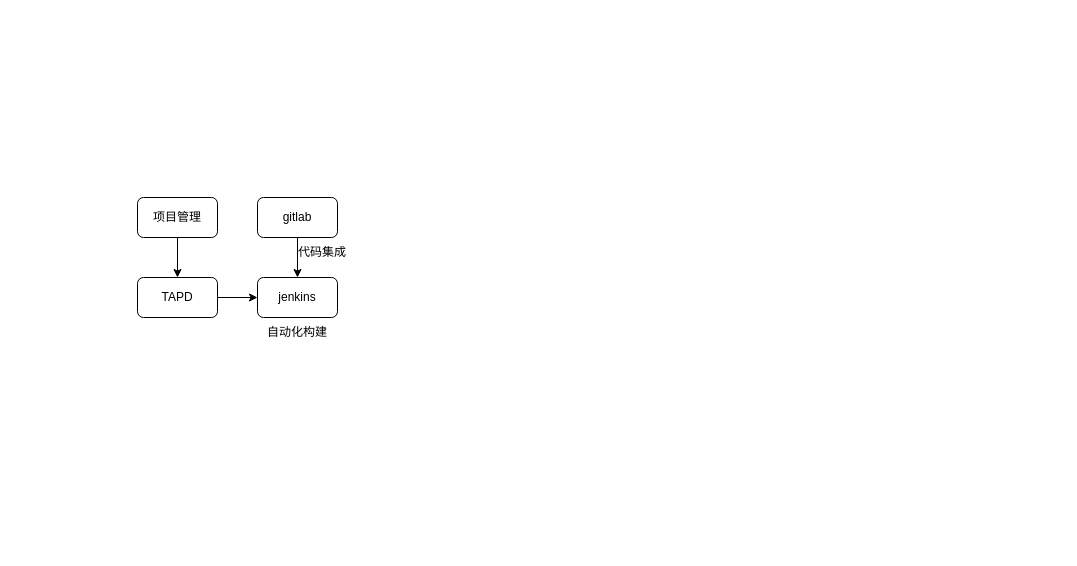
This is tapdjenkins.drawio from Henryblankwu/untitled7, a draw.io file, before an edit. Source tidied: cells renumbered, new cells numbered last; positions are measured from the earlier drawing's top-left corner, leaving out a move shared by most shapes. Both pictures are drawn from the tidied source at 100%, with x=0, y=0 at pixel (137, 197).
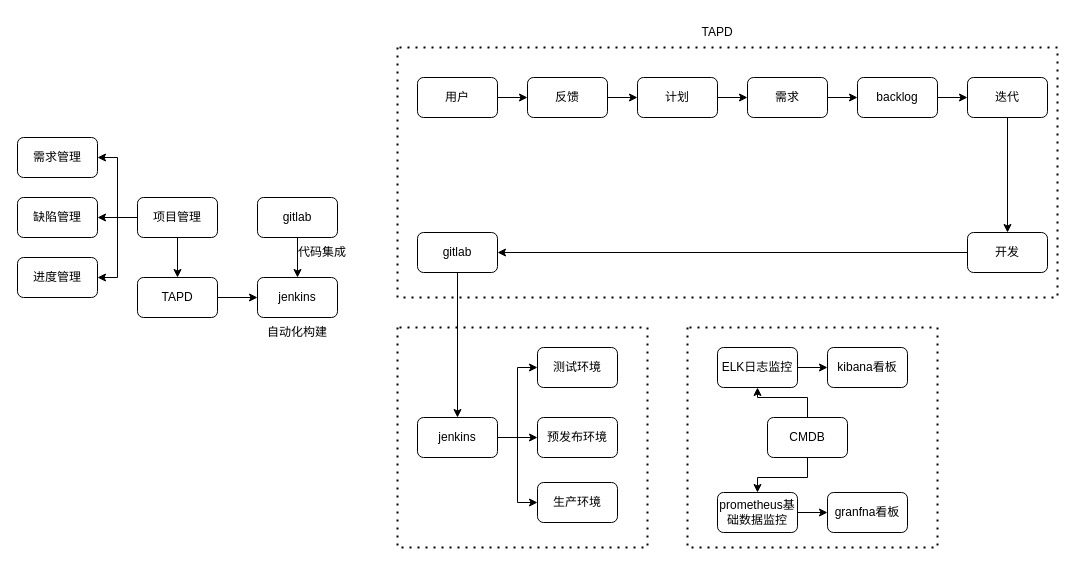
The same page after the edit.

Unchanged cells that the change refers to:
```xml
<mxCell id="5" value="项目管理" style="rounded=1;whiteSpace=wrap;html=1;" parent="1" vertex="1">
  <mxGeometry width="80" height="40" as="geometry" />
</mxCell>
```

Diff of the diagram source:
```diff
@@
+    <mxCell id="11" style="edgeStyle=orthogonalEdgeStyle;rounded=0;jettySize=auto;html=1;exitX=0;exitY=0.5;exitDx=0;exitDy=0;entryX=1;entryY=0.5;entryDx=0;entryDy=0;" parent="1" edge="1" source="5" target="14">
+      <mxGeometry relative="1" as="geometry" />
+    </mxCell>
+    <mxCell id="12" style="edgeStyle=orthogonalEdgeStyle;rounded=0;jettySize=auto;html=1;exitX=0;exitY=0.5;exitDx=0;exitDy=0;" parent="1" edge="1" source="5" target="15">
+      <mxGeometry relative="1" as="geometry" />
+    </mxCell>
+    <mxCell id="13" style="edgeStyle=orthogonalEdgeStyle;rounded=0;jettySize=auto;html=1;exitX=0;exitY=0.5;exitDx=0;exitDy=0;entryX=1;entryY=0.5;entryDx=0;entryDy=0;" parent="1" edge="1" source="5" target="16">
+      <mxGeometry relative="1" as="geometry" />
+    </mxCell>
@@
+    <mxCell id="14" value="需求管理" style="rounded=1;whiteSpace=wrap;html=1;" parent="1" vertex="1">
+      <mxGeometry x="-120" y="-60" width="80" height="40" as="geometry" />
+    </mxCell>
+    <mxCell id="15" value="缺陷管理" style="rounded=1;whiteSpace=wrap;html=1;" parent="1" vertex="1">
+      <mxGeometry x="-120" width="80" height="40" as="geometry" />
+    </mxCell>
+    <mxCell id="16" value="进度管理" style="rounded=1;whiteSpace=wrap;html=1;" parent="1" vertex="1">
+      <mxGeometry x="-120" y="60" width="80" height="40" as="geometry" />
+    </mxCell>
+    <mxCell id="17" style="edgeStyle=orthogonalEdgeStyle;rounded=0;jettySize=auto;html=1;exitX=1;exitY=0.5;exitDx=0;exitDy=0;" parent="1" edge="1" source="18" target="20">
+      <mxGeometry relative="1" as="geometry" />
+    </mxCell>
+    <mxCell id="18" value="用户" style="rounded=1;whiteSpace=wrap;html=1;" parent="1" vertex="1">
+      <mxGeometry x="280" y="-120" width="80" height="40" as="geometry" />
+    </mxCell>
+    <mxCell id="19" style="edgeStyle=orthogonalEdgeStyle;rounded=0;jettySize=auto;html=1;exitX=1;exitY=0.5;exitDx=0;exitDy=0;entryX=0;entryY=0.5;entryDx=0;entryDy=0;" parent="1" edge="1" source="20" target="22">
+      <mxGeometry relative="1" as="geometry" />
+    </mxCell>
+    <mxCell id="20" value="反馈" style="rounded=1;whiteSpace=wrap;html=1;" parent="1" vertex="1">
+      <mxGeometry x="390" y="-120" width="80" height="40" as="geometry" />
+    </mxCell>
+    <mxCell id="21" style="edgeStyle=orthogonalEdgeStyle;rounded=0;jettySize=auto;html=1;exitX=1;exitY=0.5;exitDx=0;exitDy=0;entryX=0;entryY=0.5;entryDx=0;entryDy=0;" parent="1" edge="1" source="22" target="24">
+      <mxGeometry relative="1" as="geometry" />
+    </mxCell>
+    <mxCell id="22" value="计划" style="rounded=1;whiteSpace=wrap;html=1;" parent="1" vertex="1">
+      <mxGeometry x="500" y="-120" width="80" height="40" as="geometry" />
+    </mxCell>
+    <mxCell id="23" style="edgeStyle=orthogonalEdgeStyle;rounded=0;jettySize=auto;html=1;exitX=1;exitY=0.5;exitDx=0;exitDy=0;entryX=0;entryY=0.5;entryDx=0;entryDy=0;" parent="1" edge="1" source="24" target="26">
+      <mxGeometry relative="1" as="geometry" />
+    </mxCell>
+    <mxCell id="24" value="需求" style="rounded=1;whiteSpace=wrap;html=1;" parent="1" vertex="1">
+      <mxGeometry x="610" y="-120" width="80" height="40" as="geometry" />
+    </mxCell>
+    <mxCell id="25" style="edgeStyle=orthogonalEdgeStyle;rounded=0;jettySize=auto;html=1;exitX=1;exitY=0.5;exitDx=0;exitDy=0;entryX=0;entryY=0.5;entryDx=0;entryDy=0;" parent="1" edge="1" source="26" target="28">
+      <mxGeometry relative="1" as="geometry" />
+    </mxCell>
+    <mxCell id="26" value="backlog" style="rounded=1;whiteSpace=wrap;html=1;" parent="1" vertex="1">
+      <mxGeometry x="720" y="-120" width="80" height="40" as="geometry" />
+    </mxCell>
+    <mxCell id="27" style="edgeStyle=orthogonalEdgeStyle;rounded=0;jettySize=auto;html=1;exitX=0.5;exitY=1;exitDx=0;exitDy=0;entryX=0.5;entryY=0;entryDx=0;entryDy=0;" parent="1" edge="1" source="28" target="30">
+      <mxGeometry relative="1" as="geometry" />
+    </mxCell>
+    <mxCell id="28" value="迭代" style="rounded=1;whiteSpace=wrap;html=1;" parent="1" vertex="1">
+      <mxGeometry x="830" y="-120" width="80" height="40" as="geometry" />
+    </mxCell>
+    <mxCell id="29" style="edgeStyle=orthogonalEdgeStyle;rounded=0;jettySize=auto;html=1;exitX=0;exitY=0.5;exitDx=0;exitDy=0;entryX=1;entryY=0.5;entryDx=0;entryDy=0;" parent="1" edge="1" source="30" target="32">
+      <mxGeometry relative="1" as="geometry" />
+    </mxCell>
+    <mxCell id="30" value="开发" style="rounded=1;whiteSpace=wrap;html=1;" parent="1" vertex="1">
+      <mxGeometry x="830" y="35" width="80" height="40" as="geometry" />
+    </mxCell>
+    <mxCell id="31" style="edgeStyle=orthogonalEdgeStyle;rounded=0;jettySize=auto;html=1;exitX=0.5;exitY=1;exitDx=0;exitDy=0;entryX=0.5;entryY=0;entryDx=0;entryDy=0;" parent="1" edge="1" source="32" target="38">
+      <mxGeometry relative="1" as="geometry" />
+    </mxCell>
+    <mxCell id="32" value="gitlab" style="rounded=1;whiteSpace=wrap;html=1;" parent="1" vertex="1">
+      <mxGeometry x="280" y="35" width="80" height="40" as="geometry" />
+    </mxCell>
+    <mxCell id="33" style="endArrow=none;dashed=1;html=1;dashPattern=1 3;strokeWidth=2;rounded=0;" parent="1" edge="1">
+      <mxGeometry relative="1" as="geometry">
+        <mxPoint x="260" y="-150" as="sourcePoint" />
+        <mxPoint x="260" y="-150" as="targetPoint" />
+        <Array as="points">
+          <mxPoint x="260" y="100" />
+          <mxPoint x="920" y="100" />
+          <mxPoint x="920" y="-150" />
+        </Array>
+      </mxGeometry>
+    </mxCell>
+    <mxCell id="34" value="TAPD" style="text;html=1;strokeColor=none;fillColor=none;align=center;verticalAlign=middle;whiteSpace=wrap;rounded=0;" parent="1" vertex="1">
+      <mxGeometry x="550" y="-180" width="60" height="30" as="geometry" />
+    </mxCell>
+    <mxCell id="35" style="edgeStyle=orthogonalEdgeStyle;rounded=0;jettySize=auto;html=1;exitX=1;exitY=0.5;exitDx=0;exitDy=0;entryX=0;entryY=0.5;entryDx=0;entryDy=0;" parent="1" edge="1" source="38" target="39">
+      <mxGeometry relative="1" as="geometry" />
+    </mxCell>
+    <mxCell id="36" style="edgeStyle=orthogonalEdgeStyle;rounded=0;jettySize=auto;html=1;exitX=1;exitY=0.5;exitDx=0;exitDy=0;entryX=0;entryY=0.5;entryDx=0;entryDy=0;" parent="1" edge="1" source="38" target="40">
+      <mxGeometry relative="1" as="geometry" />
+    </mxCell>
+    <mxCell id="37" style="edgeStyle=orthogonalEdgeStyle;rounded=0;jettySize=auto;html=1;exitX=1;exitY=0.5;exitDx=0;exitDy=0;entryX=0;entryY=0.5;entryDx=0;entryDy=0;" parent="1" edge="1" source="38" target="41">
+      <mxGeometry relative="1" as="geometry" />
+    </mxCell>
+    <mxCell id="38" value="jenkins" style="rounded=1;whiteSpace=wrap;html=1;" parent="1" vertex="1">
+      <mxGeometry x="280" y="220" width="80" height="40" as="geometry" />
+    </mxCell>
+    <mxCell id="39" value="测试环境" style="rounded=1;whiteSpace=wrap;html=1;" parent="1" vertex="1">
+      <mxGeometry x="400" y="150" width="80" height="40" as="geometry" />
+    </mxCell>
+    <mxCell id="40" value="预发布环境" style="rounded=1;whiteSpace=wrap;html=1;" parent="1" vertex="1">
+      <mxGeometry x="400" y="220" width="80" height="40" as="geometry" />
+    </mxCell>
+    <mxCell id="41" value="生产环境" style="rounded=1;whiteSpace=wrap;html=1;" parent="1" vertex="1">
+      <mxGeometry x="400" y="285" width="80" height="40" as="geometry" />
+    </mxCell>
+    <mxCell id="42" style="endArrow=none;dashed=1;html=1;dashPattern=1 3;strokeWidth=2;rounded=0;" parent="1" edge="1">
+      <mxGeometry relative="1" as="geometry">
+        <mxPoint x="260" y="130" as="sourcePoint" />
+        <mxPoint x="260" y="130" as="targetPoint" />
+        <Array as="points">
+          <mxPoint x="260" y="350" />
+          <mxPoint x="510" y="350" />
+          <mxPoint x="510" y="130" />
+        </Array>
+      </mxGeometry>
+    </mxCell>
+    <mxCell id="43" style="edgeStyle=orthogonalEdgeStyle;rounded=0;jettySize=auto;html=1;exitX=1;exitY=0.5;exitDx=0;exitDy=0;entryX=0;entryY=0.5;entryDx=0;entryDy=0;" parent="1" edge="1" source="44" target="48">
+      <mxGeometry relative="1" as="geometry" />
+    </mxCell>
+    <mxCell id="44" value="ELK日志监控" style="rounded=1;whiteSpace=wrap;html=1;" parent="1" vertex="1">
+      <mxGeometry x="580" y="150" width="80" height="40" as="geometry" />
+    </mxCell>
+    <mxCell id="45" style="edgeStyle=orthogonalEdgeStyle;rounded=0;jettySize=auto;html=1;exitX=1;exitY=0.5;exitDx=0;exitDy=0;entryX=0;entryY=0.5;entryDx=0;entryDy=0;" parent="1" edge="1" source="46" target="47">
+      <mxGeometry relative="1" as="geometry" />
+    </mxCell>
+    <mxCell id="46" value="prometheus基础数据监控" style="rounded=1;whiteSpace=wrap;html=1;" parent="1" vertex="1">
+      <mxGeometry x="580" y="295" width="80" height="40" as="geometry" />
+    </mxCell>
+    <mxCell id="47" value="granfna看板" style="rounded=1;whiteSpace=wrap;html=1;" parent="1" vertex="1">
+      <mxGeometry x="690" y="295" width="80" height="40" as="geometry" />
+    </mxCell>
+    <mxCell id="48" value="kibana看板" style="rounded=1;whiteSpace=wrap;html=1;" parent="1" vertex="1">
+      <mxGeometry x="690" y="150" width="80" height="40" as="geometry" />
+    </mxCell>
+    <mxCell id="49" style="edgeStyle=orthogonalEdgeStyle;rounded=0;jettySize=auto;html=1;exitX=0.5;exitY=1;exitDx=0;exitDy=0;entryX=0.5;entryY=0;entryDx=0;entryDy=0;" parent="1" edge="1" source="51" target="46">
+      <mxGeometry relative="1" as="geometry" />
+    </mxCell>
+    <mxCell id="50" style="edgeStyle=orthogonalEdgeStyle;rounded=0;jettySize=auto;html=1;exitX=0.5;exitY=0;exitDx=0;exitDy=0;entryX=0.5;entryY=1;entryDx=0;entryDy=0;" parent="1" edge="1" source="51" target="44">
+      <mxGeometry relative="1" as="geometry" />
+    </mxCell>
+    <mxCell id="51" value="CMDB" style="rounded=1;whiteSpace=wrap;html=1;" parent="1" vertex="1">
+      <mxGeometry x="630" y="220" width="80" height="40" as="geometry" />
+    </mxCell>
+    <mxCell id="52" style="endArrow=none;dashed=1;html=1;dashPattern=1 3;strokeWidth=2;rounded=0;" parent="1" edge="1">
+      <mxGeometry relative="1" as="geometry">
+        <mxPoint x="550" y="130" as="sourcePoint" />
+        <mxPoint x="550" y="130" as="targetPoint" />
+        <Array as="points">
+          <mxPoint x="550" y="350" />
+          <mxPoint x="800" y="350" />
+          <mxPoint x="800" y="130" />
+        </Array>
+      </mxGeometry>
+    </mxCell>
```
